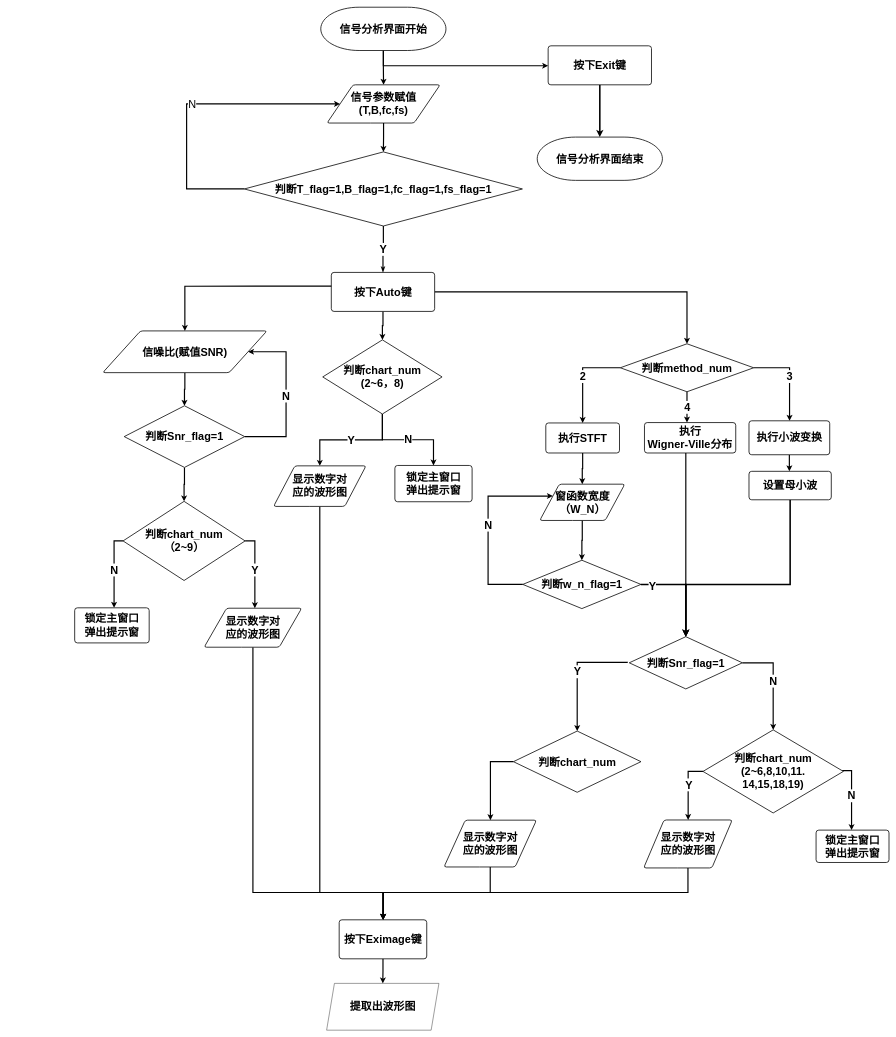
Before: TFA.drawio in Being-Chip/hello-world, a draw.io diagram. Source tidied: cells renumbered, new cells numbered last; positions are measured from the earlier drawing's top-left corner, leaving out a move shared by most shapes. Both pictures are drawn from the tidied source at 39%, with x=0, y=0 at pixel (74, 7).
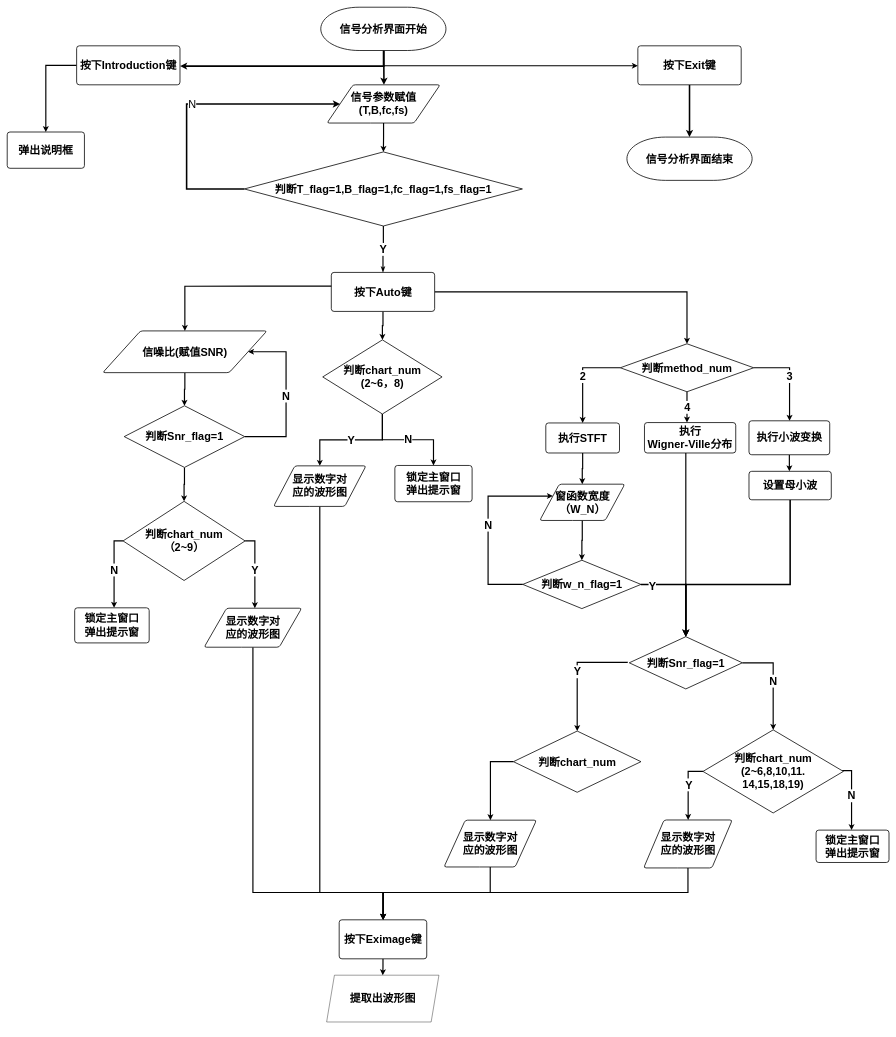
The same page after the edit.

The change refers to these unchanged cells:
```xml
<mxCell id="4" value="信号分析界面开始" style="strokeWidth=2;html=1;shape=mxgraph.flowchart.terminator;whiteSpace=wrap;fontSize=28;fontStyle=1;" parent="1" vertex="1">
  <mxGeometry x="631" width="321" height="111" as="geometry" />
</mxCell>
<mxCell id="6" value="信号参数赋值 (T,B,fc,fs)" style="shape=parallelogram;html=1;strokeWidth=2;perimeter=parallelogramPerimeter;whiteSpace=wrap;rounded=1;arcSize=12;size=0.23;fontSize=28;fontStyle=1;" parent="1" vertex="1">
  <mxGeometry x="647" y="199" width="290" height="98" as="geometry" />
</mxCell>
<mxCell id="9" value="判断T_flag=1,B_flag=1,fc_flag=1,fs_flag=1" style="strokeWidth=2;html=1;shape=mxgraph.flowchart.decision;whiteSpace=wrap;fontSize=28;fontStyle=1;" parent="1" vertex="1">
  <mxGeometry x="435" y="371" width="713" height="190" as="geometry" />
</mxCell>
```

Diff of the diagram source:
```diff
@@
-    <mxCell id="2" style="edgeStyle=orthogonalEdgeStyle;rounded=0;jettySize=auto;html=1;entryX=0.5;entryY=0;entryDx=0;entryDy=0;fontSize=28;strokeWidth=3;" parent="1" edge="1" source="4" target="6">
-      <mxGeometry relative="1" as="geometry" />
+    <mxCell id="2" style="edgeStyle=orthogonalEdgeStyle;rounded=0;orthogonalLoop=1;jettySize=auto;html=1;entryX=0.5;entryY=0;entryDx=0;entryDy=0;fontSize=28;strokeWidth=4;" parent="1" edge="1">
+      <mxGeometry relative="1" as="geometry">
+        <mxPoint x="792.6" y="111" as="sourcePoint" />
+        <mxPoint x="793" y="199" as="targetPoint" />
+        <Array as="points">
+          <mxPoint x="793" y="130" />
+          <mxPoint x="793" y="130" />
+        </Array>
+      </mxGeometry>
     </mxCell>
@@
+    <mxCell id="69" style="edgeStyle=orthogonalEdgeStyle;rounded=0;jettySize=auto;html=1;fontSize=28;strokeWidth=4;" parent="1" edge="1" target="71">
+      <mxGeometry relative="1" as="geometry">
+        <mxPoint x="792.4" y="112" as="sourcePoint" />
+        <Array as="points">
+          <mxPoint x="792" y="151" />
+        </Array>
+      </mxGeometry>
+    </mxCell>
@@
-    <mxCell id="8" value="N" style="edgeStyle=orthogonalEdgeStyle;rounded=0;jettySize=auto;html=1;fontSize=28;strokeWidth=3;" parent="1" edge="1" source="9" target="6">
+    <mxCell id="8" value="N" style="edgeStyle=orthogonalEdgeStyle;rounded=0;jettySize=auto;html=1;fontSize=28;strokeWidth=4;" parent="1" edge="1" source="9" target="6">
       <mxGeometry relative="1" as="geometry">
         <Array as="points">
           <mxPoint x="287" y="466" />
           <mxPoint x="287" y="248" />
         </Array>
       </mxGeometry>
     </mxCell>
@@
     <mxCell id="65" value="提取出波形图" style="shape=parallelogram;perimeter=parallelogramPerimeter;whiteSpace=wrap;html=1;fixedSize=1;fontSize=28;fontStyle=1;" parent="1" vertex="1">
-      <mxGeometry x="646" y="2503" width="288" height="120" as="geometry" />
+      <mxGeometry x="646" y="2482" width="288" height="120" as="geometry" />
     </mxCell>
@@
     <mxCell id="67" value="按下Exit键" style="rounded=1;whiteSpace=wrap;html=1;absoluteArcSize=1;arcSize=14;strokeWidth=2;fontSize=28;fontStyle=1;" parent="1" vertex="1">
-      <mxGeometry x="1214" y="99" width="265" height="100" as="geometry" />
+      <mxGeometry x="1444" y="99" width="265" height="100" as="geometry" />
     </mxCell>
     <mxCell id="68" value="信号分析界面结束" style="strokeWidth=2;html=1;shape=mxgraph.flowchart.terminator;whiteSpace=wrap;fontSize=28;fontStyle=1;" parent="1" vertex="1">
-      <mxGeometry x="1186" y="333" width="321" height="111" as="geometry" />
+      <mxGeometry x="1416" y="333" width="321" height="111" as="geometry" />
     </mxCell>
+    <mxCell id="70" style="edgeStyle=orthogonalEdgeStyle;rounded=0;jettySize=auto;html=1;entryX=0.5;entryY=0;entryDx=0;entryDy=0;strokeWidth=3;" parent="1" edge="1" source="71" target="72">
+      <mxGeometry relative="1" as="geometry">
+        <Array as="points">
+          <mxPoint x="-74" y="149" />
+        </Array>
+      </mxGeometry>
+    </mxCell>
+    <mxCell id="71" value="按下Introduction键" style="rounded=1;whiteSpace=wrap;html=1;absoluteArcSize=1;arcSize=14;strokeWidth=2;fontSize=28;fontStyle=1;" parent="1" vertex="1">
+      <mxGeometry x="5" y="99" width="265" height="100" as="geometry" />
+    </mxCell>
+    <mxCell id="72" value="弹出说明框" style="rounded=1;whiteSpace=wrap;html=1;absoluteArcSize=1;arcSize=14;strokeWidth=2;fontSize=28;fontStyle=1;" parent="1" vertex="1">
+      <mxGeometry x="-173" y="320" width="198" height="93" as="geometry" />
+    </mxCell>
```
